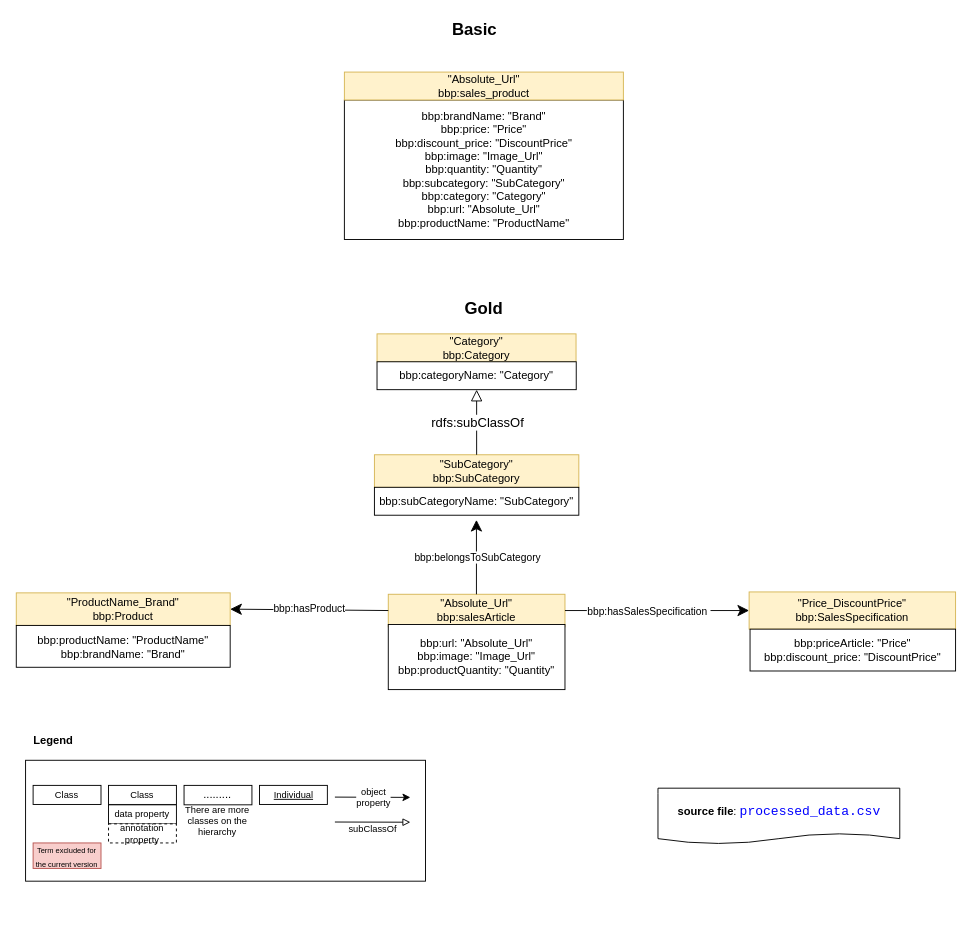
tecnomod-um/EvaluationGraphAlignmentMethods keeps this draw.io diagram as page "Gold-Basic" (5 of 20) of BigBasketProducts/Figures/bigBasketProducts.drawio. Above is the earlier version. Source tidied: cells renumbered, new cells numbered last; positions are measured from the earlier drawing's top-left corner, leaving out a move shared by most shapes. Both pictures are drawn from the tidied source at 93%, with x=0, y=0 at pixel (16, 16).
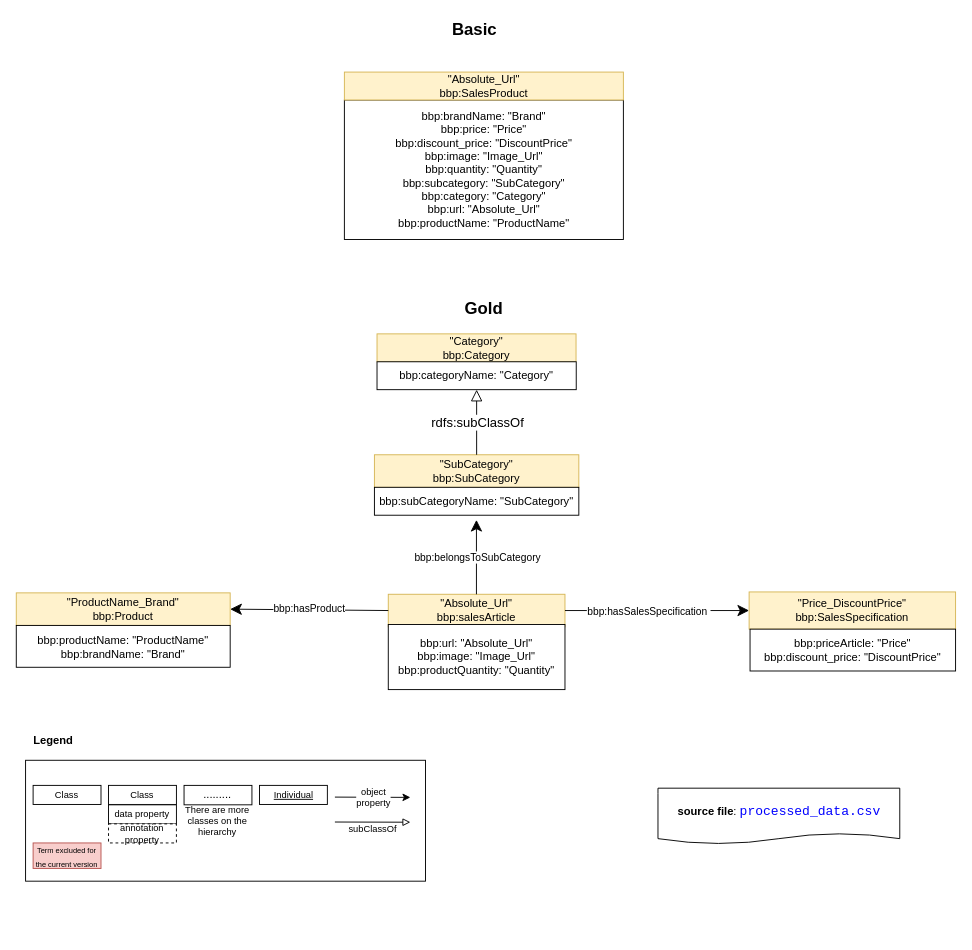
After the change.

Diff of the diagram source:
```diff
@@
-    <mxCell id="31" value="&quot;Absolute_Url&quot;&lt;br&gt;bbp:sales_product" style="rounded=0;whiteSpace=wrap;html=1;labelBackgroundColor=none;fillColor=#fff2cc;strokeColor=#d6b656;noLabel=0;" parent="1" vertex="1">
+    <mxCell id="31" value="&quot;Absolute_Url&quot;&lt;br&gt;bbp:SalesProduct" style="rounded=0;whiteSpace=wrap;html=1;labelBackgroundColor=none;fillColor=#fff2cc;strokeColor=#d6b656;noLabel=0;" parent="1" vertex="1">
       <mxGeometry x="352.8" y="60" width="300" height="30" as="geometry" />
     </mxCell>
```
